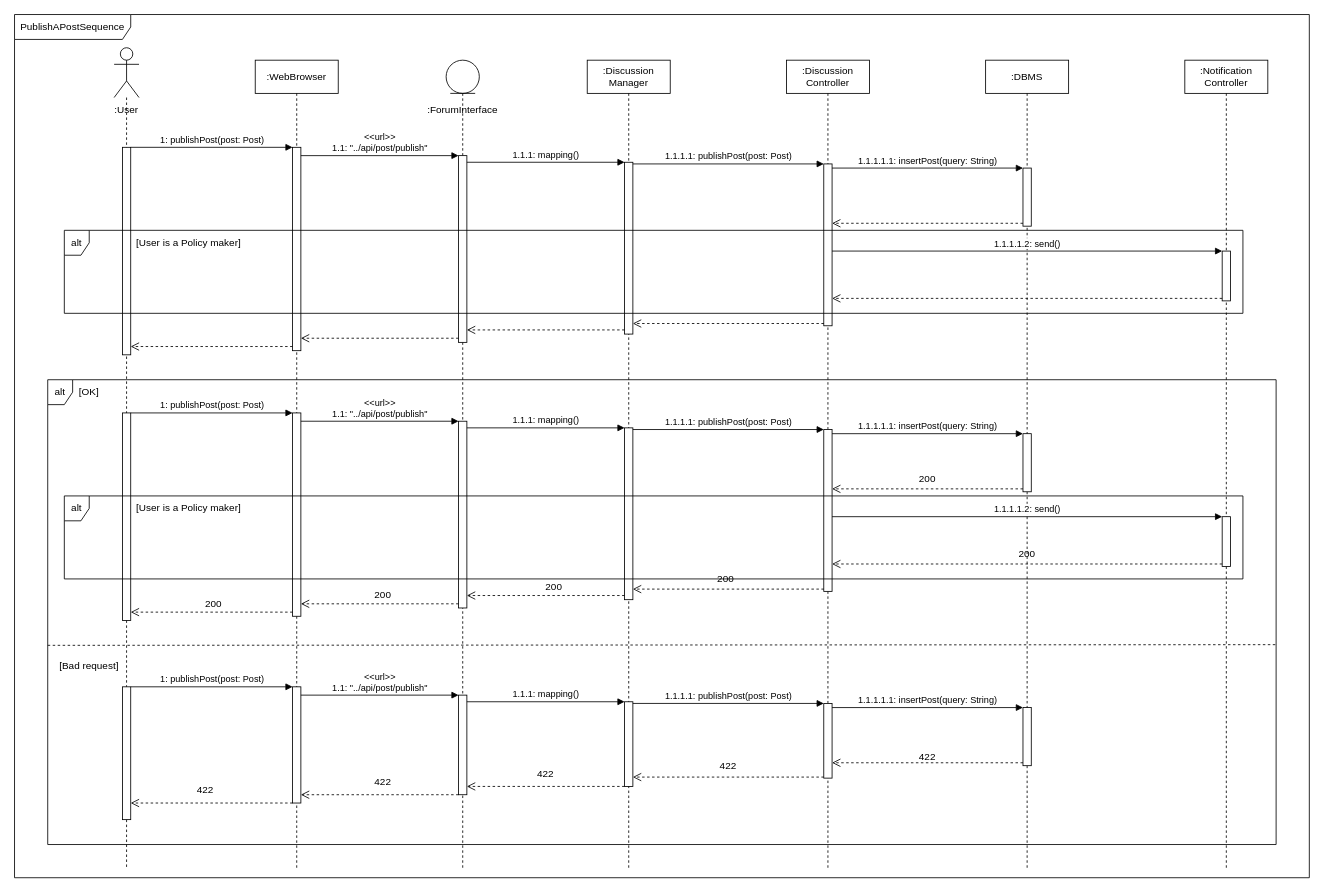
The draw.io diagram page "PublishAPostPolicyMaker" (4 of 18) of DD Diagrams/RunTimeViewDiagram.drawio in matteovisotto/SE2-CecchettoSirianiVisotto, before the edit. Source tidied: cells renumbered, new cells numbered last; positions are measured from the earlier drawing's top-left corner, leaving out a move shared by most shapes. Both pictures are drawn from the tidied source at 83%, with x=0, y=0 at pixel (14, 14).
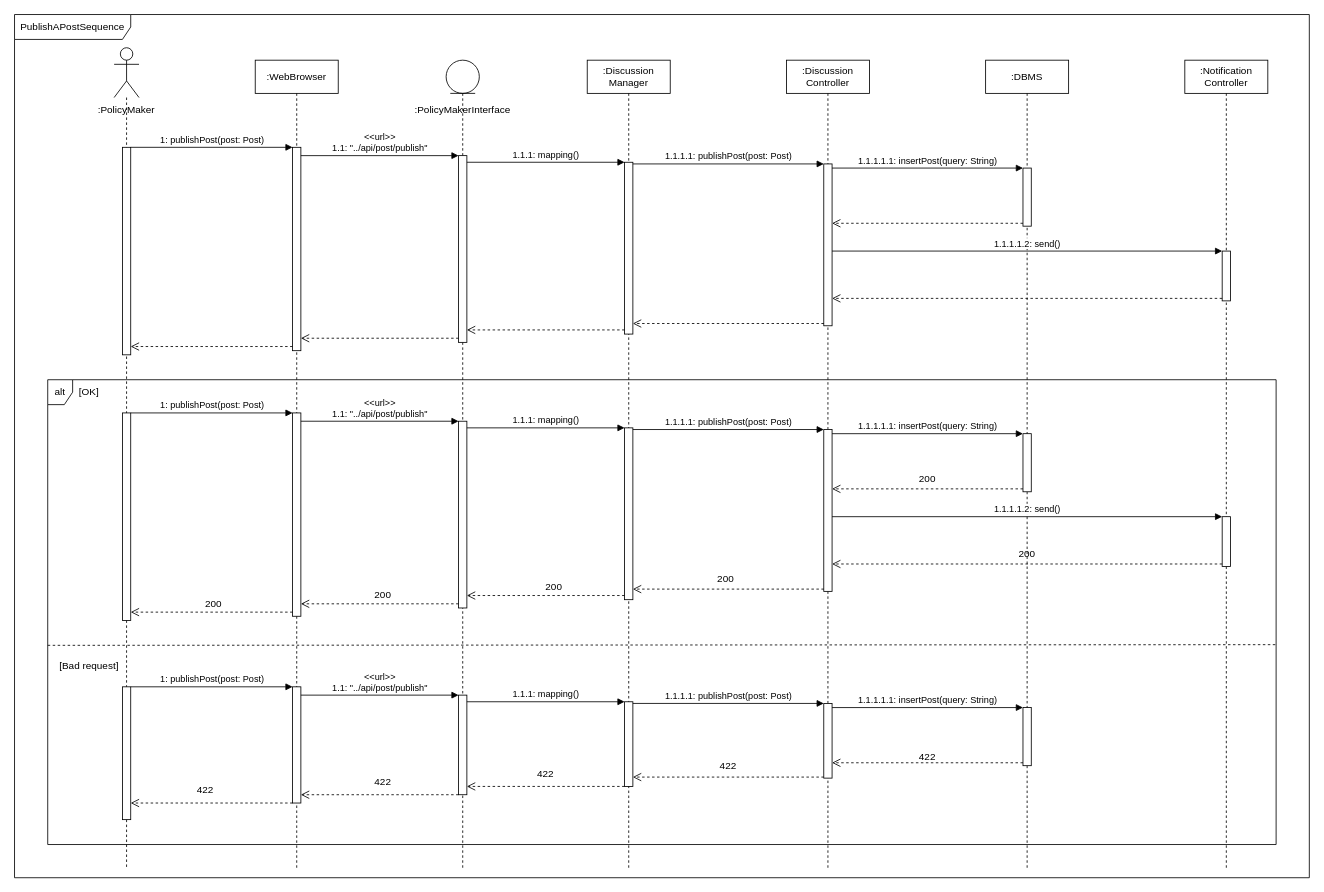
Above is the later version.

What changed in the source:
```diff
@@
-    <mxCell id="16" value=":User" style="text;html=1;strokeColor=none;fillColor=none;align=center;verticalAlign=middle;whiteSpace=wrap;rounded=0;" parent="1" vertex="1">
+    <mxCell id="16" value=":PolicyMaker" style="text;html=1;strokeColor=none;fillColor=none;align=center;verticalAlign=middle;whiteSpace=wrap;rounded=0;" parent="1" vertex="1">
       <mxGeometry x="90" y="100" width="90" height="30" as="geometry" />
     </mxCell>
-    <mxCell id="17" value=":ForumInterface" style="text;html=1;strokeColor=none;fillColor=none;align=center;verticalAlign=middle;whiteSpace=wrap;rounded=0;" parent="1" vertex="1">
+    <mxCell id="17" value=":PolicyMakerInterface" style="text;html=1;strokeColor=none;fillColor=none;align=center;verticalAlign=middle;whiteSpace=wrap;rounded=0;" parent="1" vertex="1">
       <mxGeometry x="495" y="100" width="90" height="30" as="geometry" />
     </mxCell>
@@
-    <mxCell id="35" value="alt" style="shape=umlFrame;whiteSpace=wrap;html=1;width=30;height=30;" parent="1" vertex="1">
-      <mxGeometry x="60" y="260" width="1420" height="100" as="geometry" />
-    </mxCell>
-    <mxCell id="36" value="[User is a Policy maker]" style="text;html=1;strokeColor=none;fillColor=none;align=center;verticalAlign=middle;whiteSpace=wrap;rounded=0;" parent="1" vertex="1">
-      <mxGeometry x="140" y="260" width="140" height="30" as="geometry" />
-    </mxCell>
@@
-    <mxCell id="56" value="alt" style="shape=umlFrame;whiteSpace=wrap;html=1;width=30;height=30;" parent="1" vertex="1">
-      <mxGeometry x="60" y="580" width="1420" height="100" as="geometry" />
-    </mxCell>
-    <mxCell id="57" value="[User is a Policy maker]" style="text;html=1;strokeColor=none;fillColor=none;align=center;verticalAlign=middle;whiteSpace=wrap;rounded=0;" parent="1" vertex="1">
-      <mxGeometry x="140" y="580" width="140" height="30" as="geometry" />
-    </mxCell>
```
